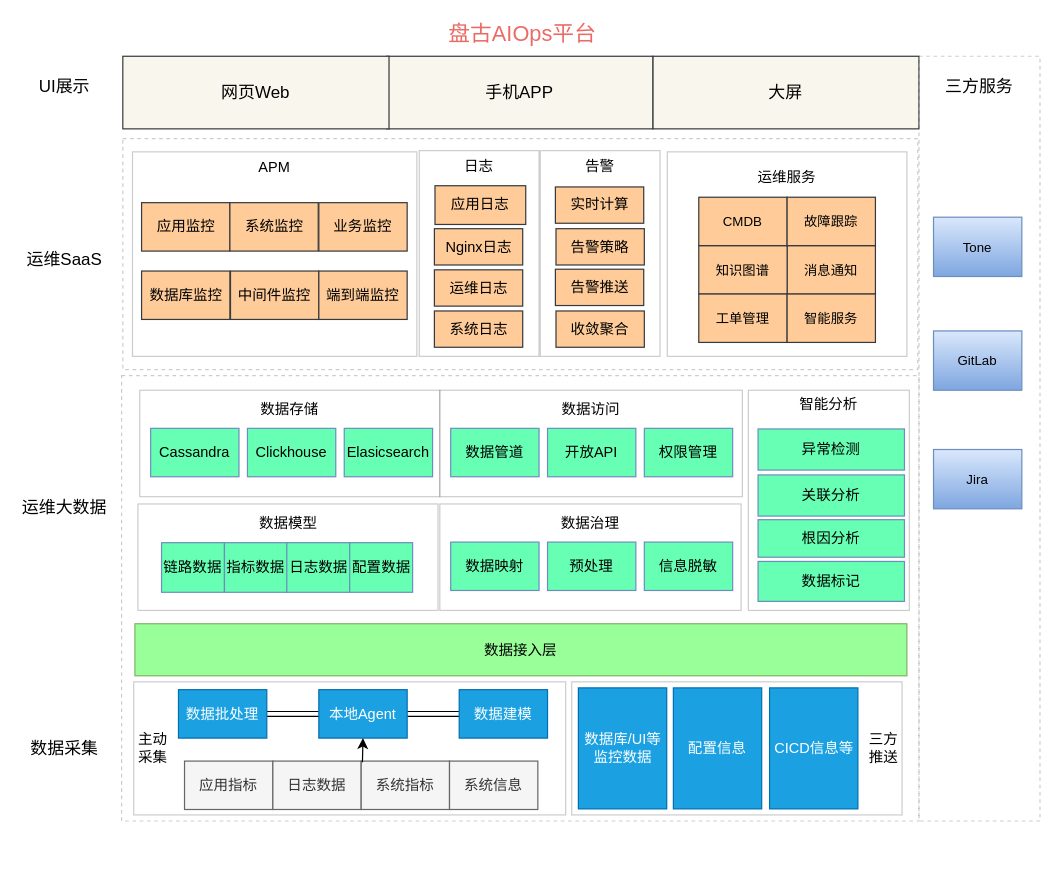
This is 传化盖亚架构图.drawio from sunface/draw.io, a draw.io file, before an edit. Source tidied: cells renumbered, new cells numbered last; positions are measured from the earlier drawing's top-left corner, leaving out a move shared by most shapes. Both pictures are drawn from the tidied source at 121%, with x=0, y=0 at pixel (21, 22).
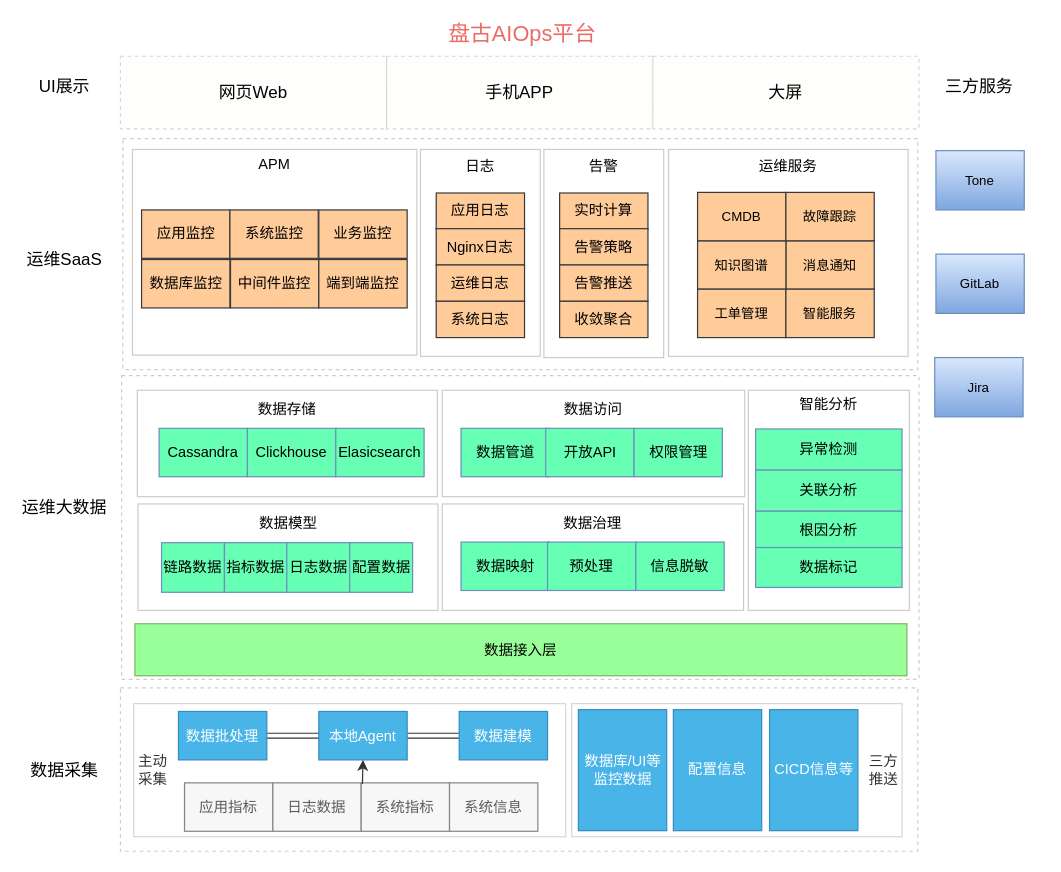
The same page after the edit.

Commit message (it also covers changes not shown here):
Update 传化盖亚架构图.drawio

Change to the diagram source:
```diff
@@
     <mxCell id="2" style="rounded=0;whiteSpace=wrap;html=1;fontSize=10;dashed=1;gradientColor=none;fillColor=#ffffff;shadow=0;opacity=20;" parent="1" vertex="1">
-      <mxGeometry x="83" y="292" width="659" height="368" as="geometry" />
+      <mxGeometry x="83" y="292" width="659" height="251" as="geometry" />
     </mxCell>
     <mxCell id="3" style="rounded=0;whiteSpace=wrap;html=1;shadow=0;fillColor=#ffffff;gradientColor=none;fontSize=12;opacity=20;" parent="1" vertex="1">
-      <mxGeometry x="93" y="545" width="357" height="110" as="geometry" />
+      <mxGeometry x="93" y="563" width="357" height="110" as="geometry" />
     </mxCell>
@@
     <mxCell id="7" value="本地Agent" style="rounded=0;whiteSpace=wrap;html=1;shadow=0;fillColor=#1ba1e2;fontSize=12;strokeColor=#006EAF;fontColor=#ffffff;" parent="1" vertex="1">
-      <mxGeometry x="246" y="551.5" width="73" height="40" as="geometry" />
+      <mxGeometry x="246" y="569.5" width="73" height="40" as="geometry" />
     </mxCell>
     <mxCell id="8" value="应用指标" style="rounded=0;whiteSpace=wrap;html=1;shadow=0;fillColor=#f5f5f5;fontSize=12;strokeColor=#666666;fontColor=#333333;" parent="1" vertex="1">
-      <mxGeometry x="135" y="610.5" width="73" height="40" as="geometry" />
+      <mxGeometry x="135" y="628.5" width="73" height="40" as="geometry" />
     </mxCell>
     <mxCell id="9" value="日志数据" style="rounded=0;whiteSpace=wrap;html=1;shadow=0;fillColor=#f5f5f5;fontSize=12;strokeColor=#666666;fontColor=#333333;" parent="1" vertex="1">
-      <mxGeometry x="208" y="610.5" width="73" height="40" as="geometry" />
+      <mxGeometry x="208" y="628.5" width="73" height="40" as="geometry" />
     </mxCell>
     <mxCell id="10" value="数据建模" style="rounded=0;whiteSpace=wrap;html=1;shadow=0;fillColor=#1ba1e2;fontSize=12;strokeColor=#006EAF;fontColor=#ffffff;" parent="1" vertex="1">
-      <mxGeometry x="362" y="551.5" width="73" height="40" as="geometry" />
+      <mxGeometry x="362" y="569.5" width="73" height="40" as="geometry" />
     </mxCell>
@@
     <mxCell id="12" value="数据批处理" style="rounded=0;whiteSpace=wrap;html=1;shadow=0;fillColor=#1ba1e2;fontSize=12;strokeColor=#006EAF;fontColor=#ffffff;" parent="1" vertex="1">
-      <mxGeometry x="130" y="551.5" width="73" height="40" as="geometry" />
+      <mxGeometry x="130" y="569.5" width="73" height="40" as="geometry" />
     </mxCell>
     <mxCell id="13" value="系统指标" style="rounded=0;whiteSpace=wrap;html=1;shadow=0;fillColor=#f5f5f5;fontSize=12;strokeColor=#666666;fontColor=#333333;" parent="1" vertex="1">
-      <mxGeometry x="281" y="610.5" width="73" height="40" as="geometry" />
+      <mxGeometry x="281" y="628.5" width="73" height="40" as="geometry" />
     </mxCell>
@@
     <mxCell id="17" value="&lt;div&gt;&lt;br&gt;&lt;/div&gt;&lt;div&gt;&lt;br&gt;&lt;/div&gt;&lt;div&gt;数据治理&lt;/div&gt;&lt;div&gt;&lt;br&gt;&lt;/div&gt;&lt;div&gt;&lt;br&gt;&lt;/div&gt;&lt;div&gt;&lt;br&gt;&lt;/div&gt;&lt;div&gt;&lt;br&gt;&lt;/div&gt;&lt;div&gt;&lt;br&gt;&lt;/div&gt;&lt;div&gt;&lt;br&gt;&lt;/div&gt;" style="rounded=0;whiteSpace=wrap;html=1;shadow=0;fillColor=#ffffff;gradientColor=none;fontSize=12;opacity=20;align=center;" parent="1" vertex="1">
-      <mxGeometry x="346" y="398" width="249" height="88" as="geometry" />
+      <mxGeometry x="348" y="398" width="249" height="88" as="geometry" />
     </mxCell>
     <mxCell id="18" value="数据映射" style="rounded=0;whiteSpace=wrap;html=1;shadow=0;fillColor=#66FFB3;fontSize=12;strokeColor=#6c8ebf;" parent="1" vertex="1">
-      <mxGeometry x="355" y="429.5" width="73" height="40" as="geometry" />
+      <mxGeometry x="363.5" y="429.5" width="73" height="40" as="geometry" />
     </mxCell>
@@
     <mxCell id="20" value="&lt;div&gt;&lt;br&gt;&lt;/div&gt;&lt;div&gt;&lt;br&gt;&lt;/div&gt;&lt;div&gt;数据存储&lt;/div&gt;&lt;div&gt;&lt;br&gt;&lt;/div&gt;&lt;div&gt;&lt;br&gt;&lt;/div&gt;&lt;div&gt;&lt;br&gt;&lt;/div&gt;&lt;div&gt;&lt;br&gt;&lt;/div&gt;&lt;div&gt;&lt;br&gt;&lt;/div&gt;&lt;div&gt;&lt;br&gt;&lt;/div&gt;" style="rounded=0;whiteSpace=wrap;html=1;shadow=0;fillColor=#ffffff;gradientColor=none;fontSize=12;opacity=20;align=center;" parent="1" vertex="1">
-      <mxGeometry x="98" y="304" width="248" height="88" as="geometry" />
+      <mxGeometry x="96" y="304" width="248" height="88" as="geometry" />
     </mxCell>
     <mxCell id="21" value="Cassandra" style="rounded=0;whiteSpace=wrap;html=1;shadow=0;fillColor=#66FFB3;fontSize=12;strokeColor=#6c8ebf;" parent="1" vertex="1">
-      <mxGeometry x="107" y="335.5" width="73" height="40" as="geometry" />
+      <mxGeometry x="114" y="335.5" width="73" height="40" as="geometry" />
     </mxCell>
@@
     <mxCell id="23" value="Elasicsearch" style="rounded=0;whiteSpace=wrap;html=1;shadow=0;fillColor=#66FFB3;fontSize=12;strokeColor=#6c8ebf;" parent="1" vertex="1">
-      <mxGeometry x="267" y="335.5" width="73" height="40" as="geometry" />
+      <mxGeometry x="260" y="335.5" width="73" height="40" as="geometry" />
     </mxCell>
     <mxCell id="24" value="&lt;div&gt;&lt;br&gt;&lt;/div&gt;&lt;div&gt;&lt;br&gt;&lt;/div&gt;&lt;div&gt;数据访问&lt;/div&gt;&lt;div&gt;&lt;br&gt;&lt;/div&gt;&lt;div&gt;&lt;br&gt;&lt;/div&gt;&lt;div&gt;&lt;br&gt;&lt;/div&gt;&lt;div&gt;&lt;br&gt;&lt;/div&gt;&lt;div&gt;&lt;br&gt;&lt;/div&gt;&lt;div&gt;&lt;br&gt;&lt;/div&gt;" style="rounded=0;whiteSpace=wrap;html=1;shadow=0;fillColor=#ffffff;gradientColor=none;fontSize=12;opacity=20;align=center;" parent="1" vertex="1">
-      <mxGeometry x="346" y="304" width="250" height="88" as="geometry" />
+      <mxGeometry x="348" y="304" width="250" height="88" as="geometry" />
     </mxCell>
     <mxCell id="25" value="数据管道" style="rounded=0;whiteSpace=wrap;html=1;shadow=0;fillColor=#66FFB3;fontSize=12;strokeColor=#6c8ebf;" parent="1" vertex="1">
-      <mxGeometry x="355" y="335.5" width="73" height="40" as="geometry" />
+      <mxGeometry x="363.5" y="335.5" width="73" height="40" as="geometry" />
     </mxCell>
     <mxCell id="26" value="开放API" style="rounded=0;whiteSpace=wrap;html=1;shadow=0;fillColor=#66FFB3;fontSize=12;strokeColor=#6c8ebf;" parent="1" vertex="1">
-      <mxGeometry x="435" y="335.5" width="73" height="40" as="geometry" />
+      <mxGeometry x="433.5" y="335.5" width="73" height="40" as="geometry" />
     </mxCell>
     <mxCell id="27" value="信息脱敏" style="rounded=0;whiteSpace=wrap;html=1;shadow=0;fillColor=#66FFB3;fontSize=12;strokeColor=#6c8ebf;" parent="1" vertex="1">
-      <mxGeometry x="515" y="429.5" width="73" height="40" as="geometry" />
+      <mxGeometry x="508" y="429.5" width="73" height="40" as="geometry" />
     </mxCell>
     <mxCell id="28" value="权限管理" style="rounded=0;whiteSpace=wrap;html=1;shadow=0;fillColor=#66FFB3;fontSize=12;strokeColor=#6c8ebf;" parent="1" vertex="1">
-      <mxGeometry x="515" y="335.5" width="73" height="40" as="geometry" />
+      <mxGeometry x="506.5" y="335.5" width="73" height="40" as="geometry" />
     </mxCell>
@@
     <mxCell id="30" value="异常检测" style="rounded=0;whiteSpace=wrap;html=1;shadow=0;fillColor=#66FFB3;fontSize=12;strokeColor=#6c8ebf;" parent="1" vertex="1">
-      <mxGeometry x="609" y="336" width="121" height="34" as="geometry" />
+      <mxGeometry x="607" y="336" width="121" height="34" as="geometry" />
     </mxCell>
     <mxCell id="31" value="关联分析" style="rounded=0;whiteSpace=wrap;html=1;shadow=0;fillColor=#66FFB3;fontSize=12;strokeColor=#6c8ebf;" parent="1" vertex="1">
-      <mxGeometry x="609" y="374" width="121" height="34" as="geometry" />
+      <mxGeometry x="607" y="370" width="121" height="34" as="geometry" />
     </mxCell>
     <mxCell id="32" value="根因分析" style="rounded=0;whiteSpace=wrap;html=1;shadow=0;fillColor=#66FFB3;fontSize=12;strokeColor=#6c8ebf;" parent="1" vertex="1">
-      <mxGeometry x="609" y="411" width="121" height="31" as="geometry" />
+      <mxGeometry x="607" y="404" width="121" height="31" as="geometry" />
     </mxCell>
     <mxCell id="33" value="数据标记" style="rounded=0;whiteSpace=wrap;html=1;shadow=0;fillColor=#66FFB3;fontSize=12;strokeColor=#6c8ebf;" parent="1" vertex="1">
-      <mxGeometry x="609" y="445.5" width="121" height="33" as="geometry" />
+      <mxGeometry x="607" y="434" width="121" height="33" as="geometry" />
     </mxCell>
     <mxCell id="34" style="rounded=0;whiteSpace=wrap;html=1;shadow=0;fillColor=#ffffff;gradientColor=none;fontSize=12;opacity=20;" parent="1" vertex="1">
-      <mxGeometry x="455" y="545" width="273" height="110" as="geometry" />
+      <mxGeometry x="455" y="563" width="273" height="110" as="geometry" />
     </mxCell>
     <mxCell id="35" value="数据库/UI等监控数据" style="rounded=0;whiteSpace=wrap;html=1;shadow=0;fillColor=#1ba1e2;fontSize=12;strokeColor=#006EAF;fontColor=#ffffff;" parent="1" vertex="1">
-      <mxGeometry x="460.5" y="550" width="73" height="100" as="geometry" />
+      <mxGeometry x="460.5" y="568" width="73" height="100" as="geometry" />
     </mxCell>
     <mxCell id="36" value="三方推送" style="text;html=1;strokeColor=none;fillColor=none;align=center;verticalAlign=middle;whiteSpace=wrap;rounded=0;shadow=0;fontSize=12;opacity=20;" parent="1" vertex="1">
-      <mxGeometry x="698" y="590" width="30" height="20" as="geometry" />
+      <mxGeometry x="698" y="608" width="30" height="20" as="geometry" />
     </mxCell>
     <mxCell id="37" value="配置信息" style="rounded=0;whiteSpace=wrap;html=1;shadow=0;fillColor=#1ba1e2;fontSize=12;strokeColor=#006EAF;fontColor=#ffffff;" parent="1" vertex="1">
-      <mxGeometry x="539" y="550" width="73" height="100" as="geometry" />
+      <mxGeometry x="539" y="568" width="73" height="100" as="geometry" />
     </mxCell>
     <mxCell id="38" value="CICD信息等" style="rounded=0;whiteSpace=wrap;html=1;shadow=0;fillColor=#1ba1e2;fontSize=12;strokeColor=#006EAF;fontColor=#ffffff;" parent="1" vertex="1">
-      <mxGeometry x="618.5" y="550" width="73" height="100" as="geometry" />
+      <mxGeometry x="618.5" y="568" width="73" height="100" as="geometry" />
     </mxCell>
@@
     <mxCell id="41" value="&lt;div&gt;&lt;br&gt;&lt;/div&gt;&lt;div&gt;&lt;br&gt;&lt;/div&gt;&lt;div&gt;&lt;br&gt;&lt;/div&gt;&lt;div&gt;&lt;br&gt;&lt;/div&gt;&lt;div&gt;&lt;br&gt;&lt;/div&gt;&lt;div&gt;&lt;br&gt;&lt;/div&gt;&lt;div&gt;APM&lt;/div&gt;&lt;div&gt;&lt;br&gt;&lt;/div&gt;&lt;div&gt;&lt;br&gt;&lt;/div&gt;&lt;div&gt;&lt;br&gt;&lt;/div&gt;&lt;div&gt;&lt;br&gt;&lt;/div&gt;&lt;div&gt;&lt;br&gt;&lt;/div&gt;&lt;div&gt;&lt;br&gt;&lt;/div&gt;&lt;div&gt;&lt;br&gt;&lt;/div&gt;&lt;div&gt;&lt;br&gt;&lt;/div&gt;&lt;div&gt;&lt;br&gt;&lt;/div&gt;&lt;div&gt;&lt;br&gt;&lt;/div&gt;&lt;div&gt;&lt;br&gt;&lt;/div&gt;&lt;div&gt;&lt;br&gt;&lt;/div&gt;&lt;div&gt;&lt;br&gt;&lt;/div&gt;&lt;div&gt;&lt;br&gt;&lt;/div&gt;&lt;div&gt;&lt;br&gt;&lt;/div&gt;&lt;div&gt;&lt;br&gt;&lt;/div&gt;" style="rounded=0;whiteSpace=wrap;html=1;shadow=0;fillColor=#ffffff;gradientColor=none;fontSize=12;opacity=20;align=center;" parent="1" vertex="1">
-      <mxGeometry x="92" y="107" width="235" height="169" as="geometry" />
+      <mxGeometry x="92" y="105" width="235" height="170" as="geometry" />
     </mxCell>
     <mxCell id="42" value="应用监控" style="rounded=0;whiteSpace=wrap;html=1;shadow=0;fillColor=#ffcc99;fontSize=12;strokeColor=#36393d;" parent="1" vertex="1">
-      <mxGeometry x="99.5" y="149" width="73" height="40" as="geometry" />
+      <mxGeometry x="99.5" y="155" width="73" height="40" as="geometry" />
     </mxCell>
     <mxCell id="43" value="系统监控" style="rounded=0;whiteSpace=wrap;html=1;shadow=0;fillColor=#ffcc99;fontSize=12;strokeColor=#36393d;" parent="1" vertex="1">
-      <mxGeometry x="172.5" y="149" width="73" height="40" as="geometry" />
+      <mxGeometry x="172.5" y="155" width="73" height="40" as="geometry" />
     </mxCell>
     <mxCell id="44" value="业务监控" style="rounded=0;whiteSpace=wrap;html=1;shadow=0;fillColor=#ffcc99;fontSize=12;strokeColor=#36393d;" parent="1" vertex="1">
-      <mxGeometry x="246" y="149" width="73" height="40" as="geometry" />
+      <mxGeometry x="246" y="155" width="73" height="40" as="geometry" />
     </mxCell>
     <mxCell id="45" value="数据库监控" style="rounded=0;whiteSpace=wrap;html=1;shadow=0;fillColor=#ffcc99;fontSize=12;strokeColor=#36393d;" parent="1" vertex="1">
-      <mxGeometry x="99.5" y="205.5" width="73" height="40" as="geometry" />
+      <mxGeometry x="99.5" y="196" width="73" height="40" as="geometry" />
     </mxCell>
     <mxCell id="46" value="中间件监控" style="rounded=0;whiteSpace=wrap;html=1;shadow=0;fillColor=#ffcc99;fontSize=12;strokeColor=#36393d;" parent="1" vertex="1">
-      <mxGeometry x="173" y="205.5" width="73" height="40" as="geometry" />
+      <mxGeometry x="173" y="196" width="73" height="40" as="geometry" />
     </mxCell>
     <mxCell id="47" value="端到端监控" style="rounded=0;whiteSpace=wrap;html=1;shadow=0;fillColor=#ffcc99;fontSize=12;strokeColor=#36393d;" parent="1" vertex="1">
-      <mxGeometry x="246" y="205.5" width="73" height="40" as="geometry" />
+      <mxGeometry x="246" y="196" width="73" height="40" as="geometry" />
     </mxCell>
     <mxCell id="48" value="日志&lt;br&gt;&lt;br&gt;&lt;br&gt;&lt;br&gt;&lt;br&gt;&lt;br&gt;&lt;br&gt;&lt;br&gt;&lt;br&gt;&lt;br&gt;&lt;br&gt;" style="rounded=0;whiteSpace=wrap;html=1;shadow=0;fillColor=#ffffff;gradientColor=none;fontSize=12;opacity=20;align=center;" parent="1" vertex="1">
-      <mxGeometry x="329" y="106" width="99" height="170" as="geometry" />
+      <mxGeometry x="330" y="105" width="99" height="171" as="geometry" />
     </mxCell>
-    <mxCell id="49" value="应用日志" style="rounded=0;whiteSpace=wrap;html=1;shadow=0;fillColor=#ffcc99;fontSize=12;strokeColor=#36393d;" parent="1" vertex="1">
-      <mxGeometry x="342" y="135" width="75" height="32" as="geometry" />
-    </mxCell>
-    <mxCell id="50" value="Nginx日志" style="rounded=0;whiteSpace=wrap;html=1;shadow=0;fillColor=#ffcc99;fontSize=12;strokeColor=#36393d;" parent="1" vertex="1">
-      <mxGeometry x="341.5" y="170.5" width="73" height="30" as="geometry" />
-    </mxCell>
-    <mxCell id="51" value="运维日志" style="rounded=0;whiteSpace=wrap;html=1;shadow=0;fontSize=12;fillColor=#ffcc99;strokeColor=#36393d;" parent="1" vertex="1">
-      <mxGeometry x="341.5" y="204.5" width="73" height="30" as="geometry" />
-    </mxCell>
-    <mxCell id="52" value="系统日志" style="rounded=0;whiteSpace=wrap;html=1;shadow=0;fillColor=#ffcc99;fontSize=12;strokeColor=#36393d;" parent="1" vertex="1">
-      <mxGeometry x="341.5" y="238.5" width="73" height="30" as="geometry" />
-    </mxCell>
     <mxCell id="53" value="告警&lt;br&gt;&lt;br&gt;&lt;br&gt;&lt;br&gt;&lt;br&gt;&lt;br&gt;&lt;br&gt;&lt;br&gt;&lt;br&gt;&lt;br&gt;&lt;br&gt;" style="rounded=0;whiteSpace=wrap;html=1;shadow=0;fillColor=#ffffff;gradientColor=none;fontSize=12;opacity=20;align=center;" parent="1" vertex="1">
-      <mxGeometry x="429" y="106" width="99" height="170" as="geometry" />
+      <mxGeometry x="432" y="105" width="99" height="172" as="geometry" />
     </mxCell>
     <mxCell id="54" value="实时计算" style="rounded=0;whiteSpace=wrap;html=1;shadow=0;fillColor=#ffcc99;fontSize=12;strokeColor=#36393d;" parent="1" vertex="1">
-      <mxGeometry x="441.5" y="136" width="73" height="30" as="geometry" />
+      <mxGeometry x="445" y="141" width="73" height="30" as="geometry" />
     </mxCell>
     <mxCell id="55" value="告警策略" style="rounded=0;whiteSpace=wrap;html=1;shadow=0;fillColor=#ffcc99;fontSize=12;strokeColor=#36393d;" parent="1" vertex="1">
-      <mxGeometry x="442" y="170.5" width="73" height="30" as="geometry" />
+      <mxGeometry x="445" y="170.5" width="73" height="30" as="geometry" />
     </mxCell>
     <mxCell id="56" value="告警推送" style="rounded=0;whiteSpace=wrap;html=1;shadow=0;fillColor=#ffcc99;fontSize=12;strokeColor=#36393d;" parent="1" vertex="1">
-      <mxGeometry x="441.5" y="204" width="73" height="30" as="geometry" />
+      <mxGeometry x="445" y="200.5" width="73" height="30" as="geometry" />
     </mxCell>
     <mxCell id="57" value="收敛聚合" style="rounded=0;whiteSpace=wrap;html=1;shadow=0;fillColor=#ffcc99;fontSize=12;strokeColor=#36393d;" parent="1" vertex="1">
-      <mxGeometry x="442" y="238.5" width="73" height="30" as="geometry" />
+      <mxGeometry x="445" y="230.5" width="73" height="30" as="geometry" />
     </mxCell>
-    <mxCell id="58" value="运维服务&lt;br&gt;&lt;br&gt;&lt;br&gt;&lt;br&gt;&lt;br&gt;&lt;br&gt;&lt;br&gt;&lt;br&gt;&lt;br&gt;&lt;br&gt;" style="rounded=0;whiteSpace=wrap;html=1;shadow=0;fillColor=#ffffff;gradientColor=none;fontSize=12;opacity=20;align=center;" parent="1" vertex="1">
-      <mxGeometry x="534" y="107" width="198" height="169" as="geometry" />
+    <mxCell id="58" value="运维服务&lt;br&gt;&lt;br&gt;&lt;br&gt;&lt;br&gt;&lt;br&gt;&lt;br&gt;&lt;br&gt;&lt;br&gt;&lt;br&gt;&lt;br&gt;&lt;br&gt;" style="rounded=0;whiteSpace=wrap;html=1;shadow=0;fillColor=#ffffff;gradientColor=none;fontSize=12;opacity=20;align=center;" parent="1" vertex="1">
+      <mxGeometry x="535" y="105" width="198" height="171" as="geometry" />
     </mxCell>
@@
-    <mxCell id="60" value="大屏" style="rounded=0;whiteSpace=wrap;html=1;shadow=0;fillColor=#f9f7ed;fontSize=14;strokeColor=#36393d;" parent="1" vertex="1">
+    <mxCell id="60" value="大屏" style="rounded=0;whiteSpace=wrap;html=1;shadow=0;fillColor=#f9f7ed;fontSize=14;strokeColor=#36393d;dashed=1;opacity=20;" parent="1" vertex="1">
       <mxGeometry x="522" y="28" width="220" height="60" as="geometry" />
     </mxCell>
-    <mxCell id="61" value="手机APP" style="rounded=0;whiteSpace=wrap;html=1;shadow=0;fillColor=#f9f7ed;fontSize=14;strokeColor=#36393d;" parent="1" vertex="1">
+    <mxCell id="61" value="手机APP" style="rounded=0;whiteSpace=wrap;html=1;shadow=0;fillColor=#f9f7ed;fontSize=14;strokeColor=#36393d;dashed=1;opacity=20;" parent="1" vertex="1">
       <mxGeometry x="302" y="28" width="220" height="60" as="geometry" />
     </mxCell>
-    <mxCell id="62" value="网页Web" style="rounded=0;whiteSpace=wrap;html=1;shadow=0;fillColor=#f9f7ed;fontSize=14;strokeColor=#36393d;" parent="1" vertex="1">
-      <mxGeometry x="84" y="28" width="220" height="60" as="geometry" />
+    <mxCell id="62" value="网页Web" style="rounded=0;whiteSpace=wrap;html=1;shadow=0;fillColor=#f9f7ed;fontSize=14;strokeColor=#36393d;dashed=1;opacity=20;comic=0;" parent="1" vertex="1">
+      <mxGeometry x="82" y="28" width="220" height="60" as="geometry" />
     </mxCell>
     <mxCell id="63" value="消息通知" style="rounded=0;whiteSpace=wrap;html=1;shadow=0;fillColor=#ffcc99;fontSize=11;strokeColor=#36393d;" parent="1" vertex="1">
-      <mxGeometry x="633" y="184.5" width="73" height="40" as="geometry" />
+      <mxGeometry x="632" y="180.5" width="73" height="40" as="geometry" />
     </mxCell>
     <mxCell id="64" value="知识图谱" style="rounded=0;whiteSpace=wrap;html=1;shadow=0;fillColor=#ffcc99;fontSize=11;strokeColor=#36393d;" parent="1" vertex="1">
-      <mxGeometry x="560" y="184.5" width="73" height="40" as="geometry" />
+      <mxGeometry x="559" y="180.5" width="73" height="40" as="geometry" />
     </mxCell>
     <mxCell id="65" value="CMDB" style="rounded=0;whiteSpace=wrap;html=1;shadow=0;fillColor=#ffcc99;fontSize=11;strokeColor=#36393d;" parent="1" vertex="1">
-      <mxGeometry x="560" y="144.5" width="73" height="40" as="geometry" />
+      <mxGeometry x="559" y="140.5" width="73" height="40" as="geometry" />
     </mxCell>
@@
     <mxCell id="69" value="系统信息" style="rounded=0;whiteSpace=wrap;html=1;shadow=0;fillColor=#f5f5f5;fontSize=12;strokeColor=#666666;fontColor=#333333;" parent="1" vertex="1">
-      <mxGeometry x="354" y="610.5" width="73" height="40" as="geometry" />
+      <mxGeometry x="354" y="628.5" width="73" height="40" as="geometry" />
     </mxCell>
@@
     <mxCell id="71" value="数据采集" style="text;html=1;strokeColor=none;fillColor=none;align=center;verticalAlign=middle;whiteSpace=wrap;rounded=0;shadow=0;dashed=1;fontSize=14;opacity=20;" parent="1" vertex="1">
-      <mxGeometry y="590" width="72" height="20" as="geometry" />
+      <mxGeometry y="608" width="72" height="20" as="geometry" />
     </mxCell>
     <mxCell id="72" value="主动采集" style="text;html=1;strokeColor=none;fillColor=none;align=center;verticalAlign=middle;whiteSpace=wrap;rounded=0;shadow=0;fontSize=12;opacity=20;" parent="1" vertex="1">
-      <mxGeometry x="94" y="590" width="30" height="20" as="geometry" />
+      <mxGeometry x="94" y="608" width="30" height="20" as="geometry" />
     </mxCell>
-    <mxCell id="73" style="rounded=0;whiteSpace=wrap;html=1;fontSize=10;dashed=1;gradientColor=none;fillColor=#ffffff;shadow=0;opacity=20;" parent="1" vertex="1">
-      <mxGeometry x="742" y="28" width="100" height="632" as="geometry" />
-    </mxCell>
@@
     <mxCell id="75" value="Tone" style="rounded=0;whiteSpace=wrap;html=1;shadow=0;fillColor=#dae8fc;fontSize=11;strokeColor=#6c8ebf;gradientColor=#7ea6e0;" parent="1" vertex="1">
-      <mxGeometry x="754" y="161" width="73" height="49" as="geometry" />
+      <mxGeometry x="756" y="106" width="73" height="49" as="geometry" />
     </mxCell>
     <mxCell id="76" value="GitLab" style="rounded=0;whiteSpace=wrap;html=1;shadow=0;fillColor=#dae8fc;fontSize=11;strokeColor=#6c8ebf;gradientColor=#7ea6e0;" parent="1" vertex="1">
-      <mxGeometry x="754" y="255" width="73" height="49" as="geometry" />
+      <mxGeometry x="756" y="191.5" width="73" height="49" as="geometry" />
     </mxCell>
     <mxCell id="77" value="Jira" style="rounded=0;whiteSpace=wrap;html=1;shadow=0;fillColor=#dae8fc;fontSize=11;strokeColor=#6c8ebf;gradientColor=#7ea6e0;" parent="1" vertex="1">
-      <mxGeometry x="754" y="353" width="73" height="49" as="geometry" />
+      <mxGeometry x="755" y="277" width="73" height="49" as="geometry" />
     </mxCell>
@@
     <mxCell id="79" value="工单管理" style="rounded=0;whiteSpace=wrap;html=1;shadow=0;fillColor=#ffcc99;fontSize=11;strokeColor=#36393d;" parent="1" vertex="1">
-      <mxGeometry x="560" y="224.5" width="73" height="40" as="geometry" />
+      <mxGeometry x="559" y="220.5" width="73" height="40" as="geometry" />
     </mxCell>
     <mxCell id="80" value="智能服务" style="rounded=0;whiteSpace=wrap;html=1;shadow=0;fillColor=#ffcc99;fontSize=11;strokeColor=#36393d;" parent="1" vertex="1">
-      <mxGeometry x="633" y="224.5" width="73" height="40" as="geometry" />
+      <mxGeometry x="632" y="220.5" width="73" height="40" as="geometry" />
     </mxCell>
     <mxCell id="81" value="故障跟踪" style="rounded=0;whiteSpace=wrap;html=1;shadow=0;fillColor=#ffcc99;fontSize=11;strokeColor=#36393d;" parent="1" vertex="1">
-      <mxGeometry x="633" y="144.5" width="73" height="40" as="geometry" />
+      <mxGeometry x="632" y="140.5" width="73" height="40" as="geometry" />
     </mxCell>
+    <mxCell id="82" style="rounded=0;whiteSpace=wrap;html=1;fontSize=10;dashed=1;gradientColor=none;fillColor=#ffffff;shadow=0;opacity=20;" parent="1" vertex="1">
+      <mxGeometry x="82" y="550" width="659" height="135" as="geometry" />
+    </mxCell>
+    <mxCell id="49" value="应用日志" style="rounded=0;whiteSpace=wrap;html=1;shadow=0;fillColor=#ffcc99;fontSize=12;strokeColor=#36393d;" parent="1" vertex="1">
+      <mxGeometry x="343" y="141" width="73" height="30" as="geometry" />
+    </mxCell>
+    <mxCell id="50" value="Nginx日志" style="rounded=0;whiteSpace=wrap;html=1;shadow=0;fillColor=#ffcc99;fontSize=12;strokeColor=#36393d;" parent="1" vertex="1">
+      <mxGeometry x="343" y="170.5" width="73" height="30" as="geometry" />
+    </mxCell>
+    <mxCell id="51" value="运维日志" style="rounded=0;whiteSpace=wrap;html=1;shadow=0;fillColor=#ffcc99;fontSize=12;strokeColor=#36393d;" parent="1" vertex="1">
+      <mxGeometry x="343" y="200.5" width="73" height="30" as="geometry" />
+    </mxCell>
+    <mxCell id="52" value="系统日志" style="rounded=0;whiteSpace=wrap;html=1;shadow=0;fillColor=#ffcc99;fontSize=12;strokeColor=#36393d;" parent="1" vertex="1">
+      <mxGeometry x="343" y="230.5" width="73" height="30" as="geometry" />
+    </mxCell>
```
